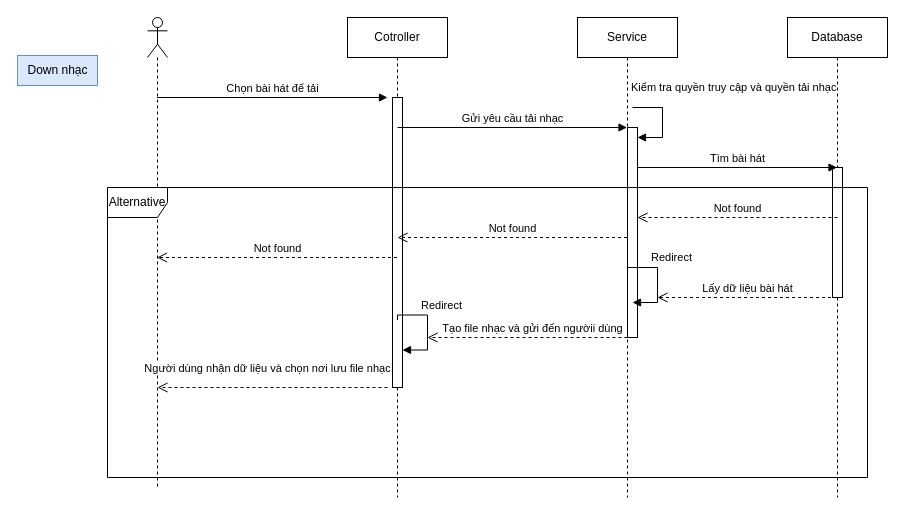
This is Down nhạc.drawio from letham1612/test.ithub, a draw.io file, before an edit. Source tidied: cells renumbered, new cells numbered last; positions are measured from the earlier drawing's top-left corner, leaving out a move shared by most shapes. Both pictures are drawn from the tidied source at 100%, with x=0, y=0 at pixel (17, 17).
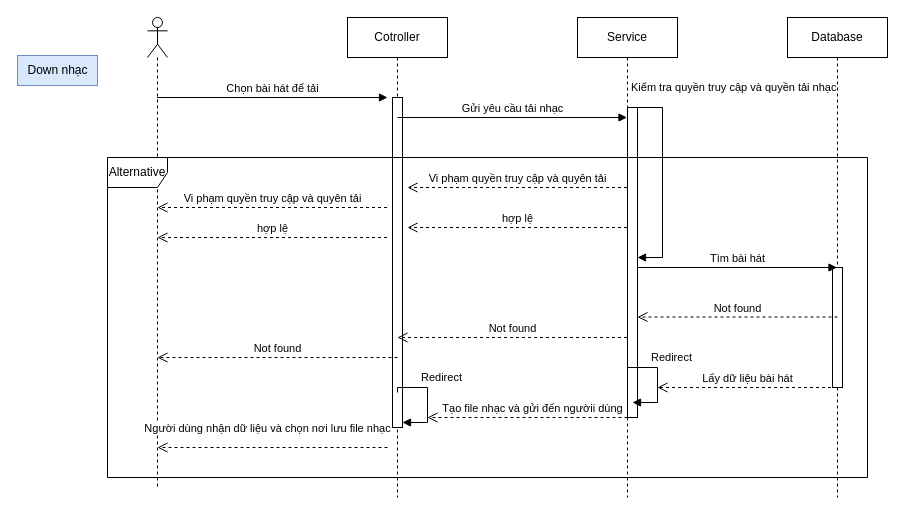
Above is the later version.

Commit message (it also covers changes not shown here):
Cập nhật Down nhạc.drawio

Unchanged cells that the change refers to:
```xml
<mxCell id="2" style="shape=umlLifeline;perimeter=lifelinePerimeter;whiteSpace=wrap;html=1;outlineConnect=0;portConstraint=eastwest;newEdgeStyle={&quot;curved&quot;:0,&quot;rounded&quot;:0};participant=umlActor;" parent="1" vertex="1">
  <mxGeometry x="130" width="20" height="470" as="geometry" />
</mxCell>
<mxCell id="3" value="Cotroller" style="shape=umlLifeline;perimeter=lifelinePerimeter;whiteSpace=wrap;html=1;outlineConnect=0;portConstraint=eastwest;newEdgeStyle={&quot;curved&quot;:0,&quot;rounded&quot;:0};" parent="1" vertex="1">
  <mxGeometry x="330" width="100" height="480" as="geometry" />
</mxCell>
<mxCell id="5" value="Service" style="shape=umlLifeline;perimeter=lifelinePerimeter;whiteSpace=wrap;html=1;outlineConnect=0;portConstraint=eastwest;newEdgeStyle={&quot;curved&quot;:0,&quot;rounded&quot;:0};" parent="1" vertex="1">
  <mxGeometry x="560" width="100" height="480" as="geometry" />
</mxCell>
<mxCell id="8" value="Database" style="shape=umlLifeline;perimeter=lifelinePerimeter;whiteSpace=wrap;html=1;outlineConnect=0;portConstraint=eastwest;newEdgeStyle={&quot;curved&quot;:0,&quot;rounded&quot;:0};" parent="1" vertex="1">
  <mxGeometry x="770" width="100" height="480" as="geometry" />
</mxCell>
```

The edit, as a diff of the source:
```diff
@@
     <mxCell id="4" style="html=1;perimeter=orthogonalPerimeter;targetShapes=umlLifeline;newEdgeStyle={&quot;curved&quot;:0,&quot;rounded&quot;:0};" parent="3" vertex="1">
-      <mxGeometry x="45" y="80" width="10" height="290" as="geometry" />
+      <mxGeometry x="45" y="80" width="10" height="330" as="geometry" />
     </mxCell>
@@
     <mxCell id="6" style="html=1;points=[[0,0,0,0,5],[0,1,0,0,-5],[1,0,0,0,5],[1,1,0,0,-5]];perimeter=orthogonalPerimeter;outlineConnect=0;targetShapes=umlLifeline;portConstraint=eastwest;newEdgeStyle={&quot;curved&quot;:0,&quot;rounded&quot;:0};" parent="5" vertex="1">
-      <mxGeometry x="50" y="110" width="10" height="210" as="geometry" />
+      <mxGeometry x="50" y="90" width="10" height="310" as="geometry" />
     </mxCell>
     <mxCell id="7" value="Kiểm tra quyền truy cập và quyền tải nhạc&amp;nbsp;" style="html=1;align=left;spacingLeft=2;endArrow=block;rounded=0;edgeStyle=orthogonalEdgeStyle;curved=0;rounded=0;" parent="5" edge="1" target="6">
       <mxGeometry x="-1" y="21" relative="1" as="geometry">
         <mxPoint x="55" y="90" as="sourcePoint" />
         <Array as="points">
-          <mxPoint x="85" y="120" />
+          <mxPoint x="85" y="90" />
+          <mxPoint x="85" y="240" />
         </Array>
         <mxPoint x="-5" y="1" as="offset" />
       </mxGeometry>
     </mxCell>
@@
     <mxCell id="9" style="html=1;perimeter=orthogonalPerimeter;targetShapes=umlLifeline;newEdgeStyle={&quot;curved&quot;:0,&quot;rounded&quot;:0};" parent="8" vertex="1">
-      <mxGeometry x="45" y="150" width="10" height="130" as="geometry" />
+      <mxGeometry x="45" y="250" width="10" height="120" as="geometry" />
     </mxCell>
@@
-    <mxCell id="11" value="Gửi yêu cầu tải nhạc" style="html=1;verticalAlign=bottom;endArrow=block;curved=0;rounded=0;" parent="1" edge="1" target="5">
+    <mxCell id="11" value="Gửi yêu cầu tải nhạc" style="html=1;verticalAlign=bottom;endArrow=block;curved=0;rounded=0;" parent="1" edge="1">
       <mxGeometry relative="1" as="geometry">
-        <mxPoint x="380" y="110" as="sourcePoint" />
+        <mxPoint x="380" y="100" as="sourcePoint" />
+        <mxPoint x="609.5" y="100" as="targetPoint" />
       </mxGeometry>
     </mxCell>
-    <mxCell id="12" value="Tìm bài hát" style="html=1;verticalAlign=bottom;endArrow=block;curved=0;rounded=0;" parent="1" edge="1" target="8">
+    <mxCell id="12" value="Tìm bài hát" style="html=1;verticalAlign=bottom;endArrow=block;curved=0;rounded=0;" parent="1" edge="1">
       <mxGeometry relative="1" as="geometry">
-        <mxPoint x="620" y="150" as="sourcePoint" />
+        <mxPoint x="620" y="250" as="sourcePoint" />
+        <mxPoint x="819.5" y="250" as="targetPoint" />
       </mxGeometry>
     </mxCell>
     <mxCell id="13" value="Not found" style="html=1;verticalAlign=bottom;endArrow=open;dashed=1;endSize=8;curved=0;rounded=0;" parent="1" edge="1">
       <mxGeometry relative="1" as="geometry">
-        <mxPoint x="820" y="200" as="sourcePoint" />
-        <mxPoint x="620" y="200" as="targetPoint" />
+        <mxPoint x="820" y="299.5" as="sourcePoint" />
+        <mxPoint x="620" y="299.5" as="targetPoint" />
       </mxGeometry>
     </mxCell>
     <mxCell id="14" value="Not found" style="html=1;verticalAlign=bottom;endArrow=open;dashed=1;endSize=8;curved=0;rounded=0;" parent="1" edge="1">
       <mxGeometry relative="1" as="geometry">
-        <mxPoint x="609.5" y="220" as="sourcePoint" />
-        <mxPoint x="380" y="220" as="targetPoint" />
+        <mxPoint x="609.5" y="320" as="sourcePoint" />
+        <mxPoint x="380" y="320" as="targetPoint" />
       </mxGeometry>
     </mxCell>
-    <mxCell id="15" value="Not found" style="html=1;verticalAlign=bottom;endArrow=open;dashed=1;endSize=8;curved=0;rounded=0;" parent="1" edge="1" source="3" target="2">
-      <mxGeometry relative="1" as="geometry" />
+    <mxCell id="15" value="Not found" style="html=1;verticalAlign=bottom;endArrow=open;dashed=1;endSize=8;curved=0;rounded=0;" parent="1" edge="1">
+      <mxGeometry relative="1" as="geometry">
+        <mxPoint x="380" y="340" as="sourcePoint" />
+        <mxPoint x="140" y="340" as="targetPoint" />
+        <Array as="points">
+          <mxPoint x="280.5" y="340" />
+        </Array>
+      </mxGeometry>
     </mxCell>
-    <mxCell id="16" value="Lấy dữ liệu bài hát" style="html=1;verticalAlign=bottom;endArrow=open;dashed=1;endSize=8;curved=0;rounded=0;" parent="1" edge="1" source="8">
+    <mxCell id="16" value="Lấy dữ liệu bài hát" style="html=1;verticalAlign=bottom;endArrow=open;dashed=1;endSize=8;curved=0;rounded=0;" parent="1" edge="1">
       <mxGeometry relative="1" as="geometry">
-        <mxPoint x="640" y="280" as="targetPoint" />
+        <mxPoint x="819.5" y="370" as="sourcePoint" />
+        <mxPoint x="640" y="370" as="targetPoint" />
         <Array as="points">
-          <mxPoint x="680" y="280" />
+          <mxPoint x="680" y="370" />
         </Array>
       </mxGeometry>
     </mxCell>
     <mxCell id="17" value="Tạo file nhạc và gửi đến ngườii dùng" style="html=1;verticalAlign=bottom;endArrow=open;dashed=1;endSize=8;curved=0;rounded=0;" parent="1" edge="1">
       <mxGeometry x="-0.05" relative="1" as="geometry">
-        <mxPoint x="610" y="320" as="sourcePoint" />
-        <mxPoint x="410" y="320" as="targetPoint" />
+        <mxPoint x="610" y="400" as="sourcePoint" />
+        <mxPoint x="410" y="400" as="targetPoint" />
       </mxGeometry>
     </mxCell>
     <mxCell id="18" value="Người dùng nhận dữ liệu và chọn nơi lưu file nhạc" style="html=1;verticalAlign=bottom;endArrow=open;dashed=1;endSize=8;curved=0;rounded=0;align=center;" parent="1" edge="1">
       <mxGeometry x="0.04" y="-10" relative="1" as="geometry">
-        <mxPoint x="370" y="370" as="sourcePoint" />
-        <mxPoint x="140" y="370" as="targetPoint" />
+        <mxPoint x="370" y="430" as="sourcePoint" />
+        <mxPoint x="140" y="430" as="targetPoint" />
       </mxGeometry>
     </mxCell>
     <mxCell id="19" value="Redirect" style="html=1;align=left;spacingLeft=2;endArrow=block;rounded=0;edgeStyle=orthogonalEdgeStyle;curved=0;rounded=0;" parent="1" edge="1">
       <mxGeometry x="-0.47" y="10" relative="1" as="geometry">
-        <mxPoint x="610" y="255" as="sourcePoint" />
-        <mxPoint x="615" y="285" as="targetPoint" />
+        <mxPoint x="610" y="355" as="sourcePoint" />
+        <mxPoint x="615" y="385" as="targetPoint" />
         <Array as="points">
-          <mxPoint x="610" y="250" />
-          <mxPoint x="640" y="250" />
-          <mxPoint x="640" y="285" />
+          <mxPoint x="610" y="350" />
+          <mxPoint x="640" y="350" />
+          <mxPoint x="640" y="385" />
         </Array>
       </mxGeometry>
     </mxCell>
     <mxCell id="20" value="Alternative" style="shape=umlFrame;whiteSpace=wrap;html=1;" parent="1" vertex="1">
-      <mxGeometry x="90" y="170" width="760" height="290" as="geometry" />
+      <mxGeometry x="90" y="140" width="760" height="320" as="geometry" />
     </mxCell>
     <mxCell id="21" value="Redirect" style="html=1;align=left;spacingLeft=2;endArrow=block;rounded=0;edgeStyle=orthogonalEdgeStyle;curved=0;rounded=0;" parent="1" edge="1">
       <mxGeometry x="-0.47" y="10" relative="1" as="geometry">
-        <mxPoint x="380" y="302.5" as="sourcePoint" />
-        <mxPoint x="385" y="332.5" as="targetPoint" />
+        <mxPoint x="380" y="375" as="sourcePoint" />
+        <mxPoint x="385" y="405" as="targetPoint" />
         <Array as="points">
-          <mxPoint x="380" y="297.5" />
-          <mxPoint x="410" y="297.5" />
-          <mxPoint x="410" y="332.5" />
+          <mxPoint x="380" y="370" />
+          <mxPoint x="410" y="370" />
+          <mxPoint x="410" y="405" />
         </Array>
       </mxGeometry>
     </mxCell>
@@
+    <mxCell id="23" value="hợp lệ" style="html=1;verticalAlign=bottom;endArrow=open;dashed=1;endSize=8;curved=0;rounded=0;" parent="1" edge="1">
+      <mxGeometry relative="1" as="geometry">
+        <mxPoint x="609.5" y="210" as="sourcePoint" />
+        <mxPoint x="390" y="210" as="targetPoint" />
+      </mxGeometry>
+    </mxCell>
+    <mxCell id="24" value="Vi phạm quyền truy cập và quyên tải" style="html=1;verticalAlign=bottom;endArrow=open;dashed=1;endSize=8;curved=0;rounded=0;" parent="1" edge="1">
+      <mxGeometry relative="1" as="geometry">
+        <mxPoint x="609.5" y="170" as="sourcePoint" />
+        <mxPoint x="390" y="170" as="targetPoint" />
+      </mxGeometry>
+    </mxCell>
+    <mxCell id="25" value="hợp lệ" style="html=1;verticalAlign=bottom;endArrow=open;dashed=1;endSize=8;curved=0;rounded=0;" parent="1" edge="1">
+      <mxGeometry relative="1" as="geometry">
+        <mxPoint x="369.5" y="220" as="sourcePoint" />
+        <mxPoint x="140" y="220" as="targetPoint" />
+      </mxGeometry>
+    </mxCell>
+    <mxCell id="26" value="Vi phạm quyền truy cập và quyên tải" style="html=1;verticalAlign=bottom;endArrow=open;dashed=1;endSize=8;curved=0;rounded=0;" parent="1" edge="1">
+      <mxGeometry relative="1" as="geometry">
+        <mxPoint x="369.5" y="190" as="sourcePoint" />
+        <mxPoint x="140" y="190" as="targetPoint" />
+      </mxGeometry>
+    </mxCell>
```
